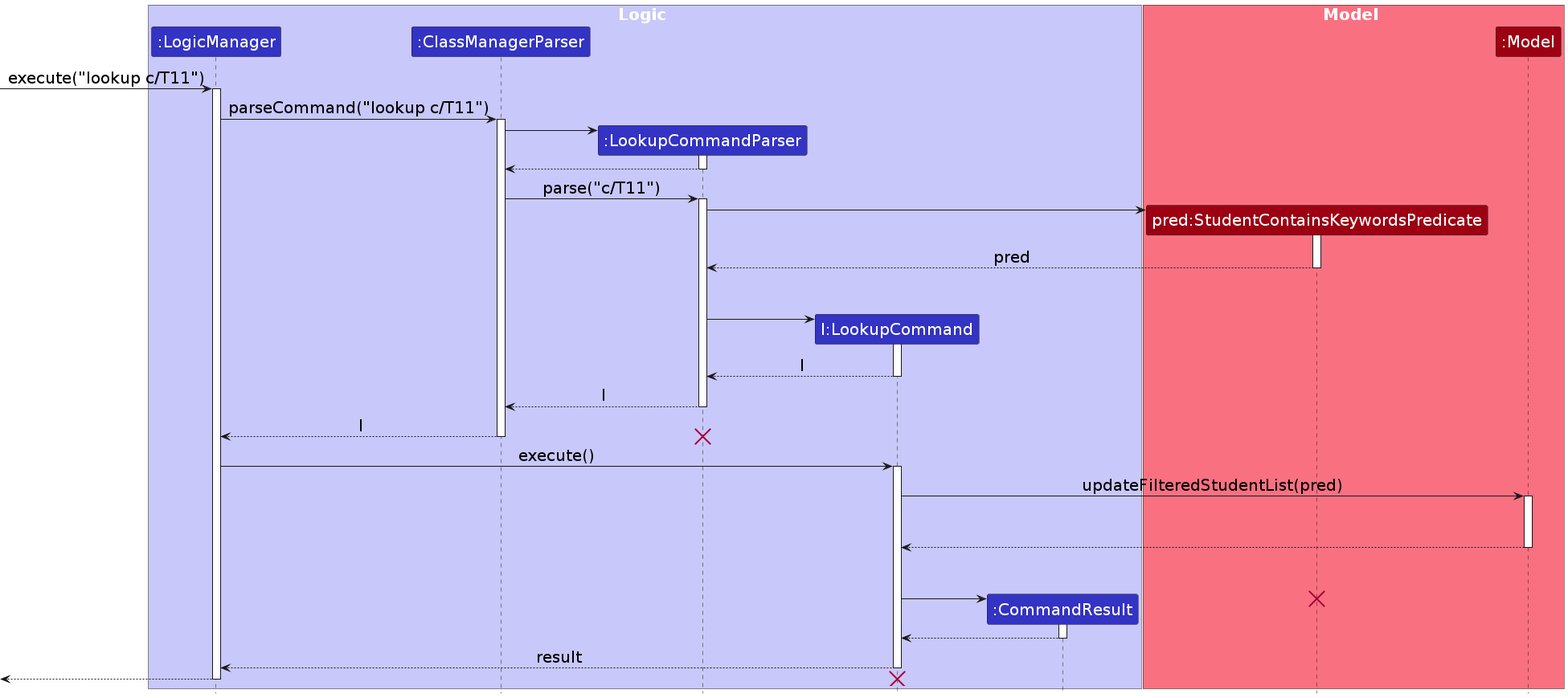
The PlantUML diagram diagrams/LookupCommand.png in AY2324S1-CS2103T-T11-1/tp, before a commit. Its source is kept beside it as diagrams/LookupCommand.puml.
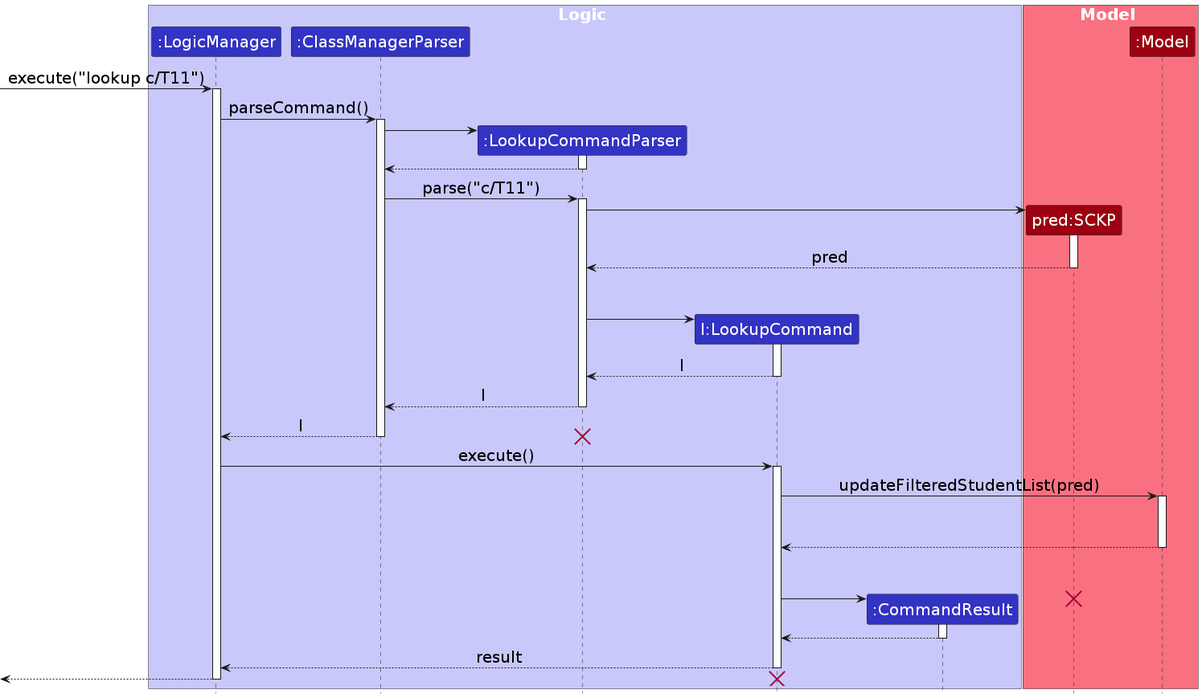
After the commit.

Diff of the diagram source:
```diff
@@ -13,14 +13,14 @@
 end box
 
 box Model MODEL_COLOR_T1
-participant "pred:StudentContainsKeywordsPredicate" as StudentContainsKeywordsPredicate MODEL_COLOR
+participant "pred:SCKP" as StudentContainsKeywordsPredicate MODEL_COLOR
 participant ":Model" as Model MODEL_COLOR
 end box
 
 [-> LogicManager : execute("lookup c/T11")
 activate LogicManager
 
-LogicManager -> ClassManagerParser : parseCommand("lookup c/T11")
+LogicManager -> ClassManagerParser : parseCommand()
 activate ClassManagerParser
 
 create LookupCommandParser
```
